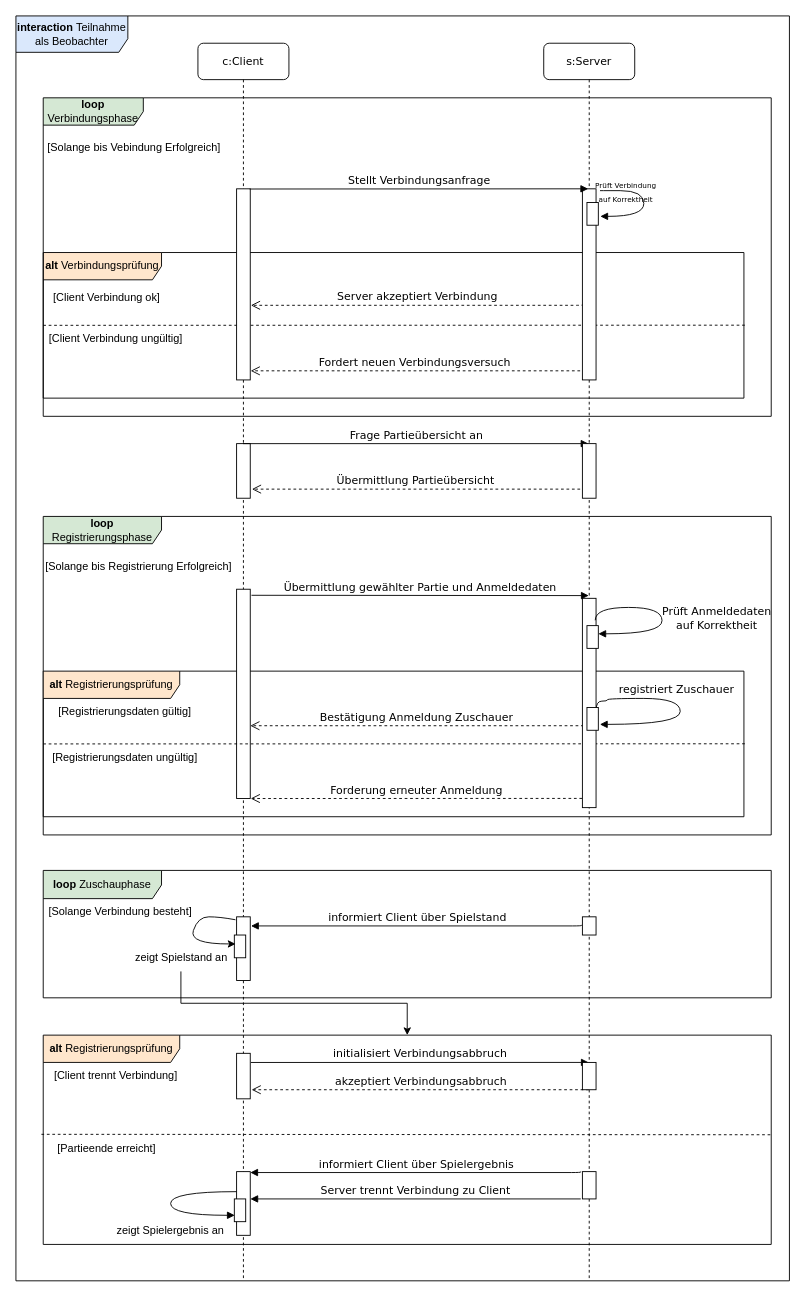
Before: page "Page-1" (1 of 2) of Documentation/Models/Teilnahme_als_Beobachter.drawio in LeverageAlex/DuneRTS, a draw.io diagram. Source tidied: cells renumbered, new cells numbered last; positions are measured from the earlier drawing's top-left corner, leaving out a move shared by most shapes. Both pictures are drawn from the tidied source at 91%, with x=0, y=0 at pixel (15, 15).
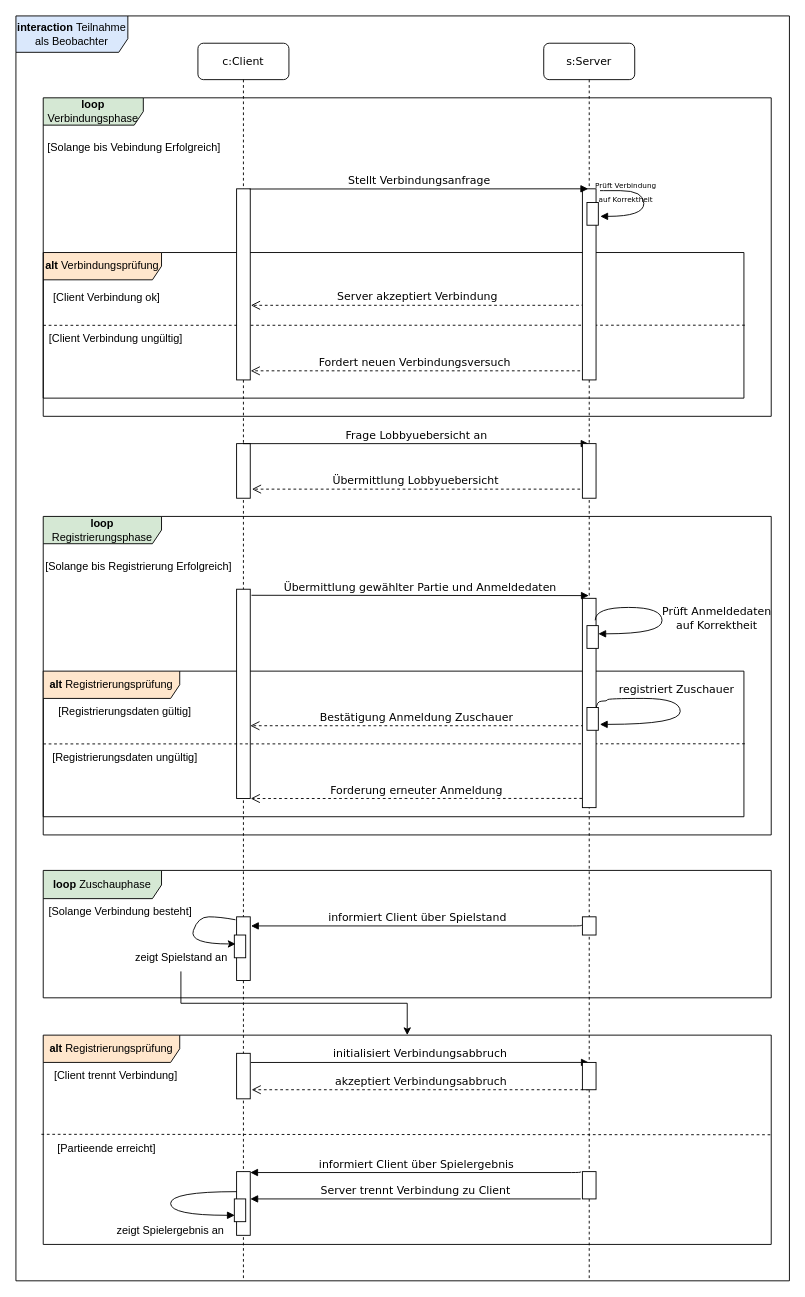
The same diagram, later.

Unchanged cells that the change refers to:
```xml
<mxCell id="19" value="c:Client" style="shape=umlLifeline;perimeter=lifelinePerimeter;whiteSpace=wrap;html=1;outlineConnect=0;rounded=1;shadow=0;comic=0;labelBackgroundColor=none;strokeWidth=1;fontFamily=Verdana;fontSize=12;align=center;" parent="1" vertex="1">
  <mxGeometry x="200" y="30" width="100" height="1360" as="geometry" />
</mxCell>
<mxCell id="21" style="html=1;points=[];perimeter=orthogonalPerimeter;rounded=0;shadow=0;comic=0;labelBackgroundColor=none;strokeWidth=1;fontFamily=Verdana;fontSize=12;align=center;" parent="19" vertex="1">
  <mxGeometry x="42.5" y="440" width="15" height="60" as="geometry" />
</mxCell>
<mxCell id="43" style="html=1;points=[];perimeter=orthogonalPerimeter;rounded=0;shadow=0;comic=0;labelBackgroundColor=none;strokeWidth=1;fontFamily=Verdana;fontSize=12;align=center;" parent="39" vertex="1">
  <mxGeometry x="42.5" y="440" width="15" height="60" as="geometry" />
</mxCell>
```

Diff of the diagram source:
```diff
@@
-    <mxCell id="37" value="Frage Partieübersicht an" style="html=1;verticalAlign=bottom;endArrow=block;labelBackgroundColor=none;fontFamily=Verdana;fontSize=12;edgeStyle=elbowEdgeStyle;elbow=vertical;entryX=0.449;entryY=-0.006;entryDx=0;entryDy=0;entryPerimeter=0;" parent="1" edge="1" source="19" target="43">
+    <mxCell id="37" value="Frage Lobbyuebersicht an" style="html=1;verticalAlign=bottom;endArrow=block;labelBackgroundColor=none;fontFamily=Verdana;fontSize=12;edgeStyle=elbowEdgeStyle;elbow=vertical;entryX=0.449;entryY=-0.006;entryDx=0;entryDy=0;entryPerimeter=0;" parent="1" edge="1" source="19" target="43">
       <mxGeometry relative="1" as="geometry" />
     </mxCell>
-    <mxCell id="38" value="Übermittlung Partieübersicht" style="html=1;verticalAlign=bottom;endArrow=open;dashed=1;endSize=8;labelBackgroundColor=none;fontFamily=Verdana;fontSize=12;edgeStyle=elbowEdgeStyle;elbow=vertical;entryX=1.122;entryY=0.819;entryDx=0;entryDy=0;entryPerimeter=0;" parent="1" edge="1" target="21">
+    <mxCell id="38" value="Übermittlung Lobbyuebersicht" style="html=1;verticalAlign=bottom;endArrow=open;dashed=1;endSize=8;labelBackgroundColor=none;fontFamily=Verdana;fontSize=12;edgeStyle=elbowEdgeStyle;elbow=vertical;entryX=1.122;entryY=0.819;entryDx=0;entryDy=0;entryPerimeter=0;" parent="1" edge="1" target="21">
       <mxGeometry relative="1" as="geometry">
         <mxPoint x="620" y="520" as="sourcePoint" />
       </mxGeometry>
     </mxCell>
```
